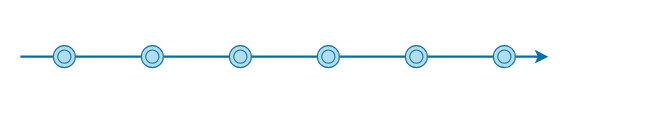
DingDongZz/typera_PicGO keeps this draw.io diagram as DrawIO_file/毕业论文画图/系统架构演化图.drawio. Above is the earlier version. Source tidied: cells renumbered, new cells numbered last; positions are measured from the earlier drawing's top-left corner, leaving out a move shared by most shapes. Both pictures are drawn from the tidied source at 110%, with x=0, y=0 at pixel (20, 45).
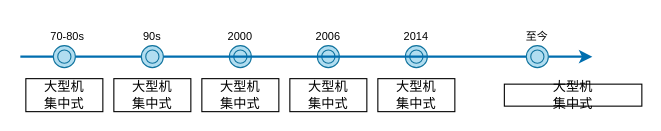
After the change.

Commit message (it also covers changes not shown here):
更新系统架构演化图.drawio

Unchanged cells that the change refers to:
```xml
<mxCell id="6" style="ellipse;shape=doubleEllipse;whiteSpace=wrap;html=1;fillColor=#b1ddf0;strokeColor=#10739e;" parent="1" vertex="1">
  <mxGeometry x="110" width="20" height="20" as="geometry" />
</mxCell>
```

The edit, as a diff of the source:
```diff
@@
-    <mxCell id="2" style="endArrow=classic;html=1;rounded=0;strokeWidth=2;fillColor=#1ba1e2;strokeColor=#006EAF;" parent="1" edge="1" source="6">
+    <mxCell id="2" style="endArrow=classic;html=1;rounded=0;strokeWidth=2;fillColor=#1ba1e2;strokeColor=#006EAF;" parent="1" edge="1" source="10">
       <mxGeometry relative="1" as="geometry">
-        <mxPoint x="480" y="10" as="targetPoint" />
+        <mxPoint x="520" y="10" as="targetPoint" />
       </mxGeometry>
     </mxCell>
@@
+    <mxCell id="11" value="70-80s" style="text;html=1;align=center;verticalAlign=middle;whiteSpace=wrap;rounded=0;fontSize=10;" parent="1" vertex="1">
+      <mxGeometry x="18" y="-24" width="50" height="30" as="geometry" />
+    </mxCell>
+    <mxCell id="12" value="90s" style="text;html=1;align=center;verticalAlign=middle;whiteSpace=wrap;rounded=0;fontSize=10;" parent="1" vertex="1">
+      <mxGeometry x="95" y="-24" width="50" height="30" as="geometry" />
+    </mxCell>
+    <mxCell id="13" value="2000" style="text;html=1;align=center;verticalAlign=middle;whiteSpace=wrap;rounded=0;fontSize=10;" parent="1" vertex="1">
+      <mxGeometry x="175" y="-24" width="50" height="30" as="geometry" />
+    </mxCell>
+    <mxCell id="14" value="2006" style="text;html=1;align=center;verticalAlign=middle;whiteSpace=wrap;rounded=0;fontSize=10;" parent="1" vertex="1">
+      <mxGeometry x="255" y="-24" width="50" height="30" as="geometry" />
+    </mxCell>
+    <mxCell id="15" value="2014" style="text;html=1;align=center;verticalAlign=middle;whiteSpace=wrap;rounded=0;fontSize=10;" parent="1" vertex="1">
+      <mxGeometry x="335" y="-24" width="50" height="30" as="geometry" />
+    </mxCell>
+    <mxCell id="16" value="至今" style="text;html=1;align=center;verticalAlign=middle;whiteSpace=wrap;rounded=0;fontSize=10;" parent="1" vertex="1">
+      <mxGeometry x="445" y="-24" width="50" height="30" as="geometry" />
+    </mxCell>
+    <mxCell id="17" value="大型机&lt;div&gt;集中式&lt;/div&gt;" style="rounded=0;whiteSpace=wrap;html=1;" parent="1" vertex="1">
+      <mxGeometry x="5" y="30" width="70" height="30" as="geometry" />
+    </mxCell>
+    <mxCell id="18" value="大型机&lt;div&gt;集中式&lt;/div&gt;" style="rounded=0;whiteSpace=wrap;html=1;" parent="1" vertex="1">
+      <mxGeometry x="85" y="30" width="70" height="30" as="geometry" />
+    </mxCell>
+    <mxCell id="19" value="大型机&lt;div&gt;集中式&lt;/div&gt;" style="rounded=0;whiteSpace=wrap;html=1;" parent="1" vertex="1">
+      <mxGeometry x="165" y="30" width="70" height="30" as="geometry" />
+    </mxCell>
+    <mxCell id="20" value="大型机&lt;div&gt;集中式&lt;/div&gt;" style="rounded=0;whiteSpace=wrap;html=1;" parent="1" vertex="1">
+      <mxGeometry x="245" y="30" width="70" height="30" as="geometry" />
+    </mxCell>
+    <mxCell id="21" value="大型机&lt;div&gt;集中式&lt;/div&gt;" style="rounded=0;whiteSpace=wrap;html=1;" parent="1" vertex="1">
+      <mxGeometry x="325" y="30" width="70" height="30" as="geometry" />
+    </mxCell>
+    <mxCell id="22" style="endArrow=none;html=1;rounded=0;strokeWidth=2;fillColor=#1ba1e2;strokeColor=#006EAF;startFill=0;" parent="1" edge="1" source="6" target="10">
+      <mxGeometry relative="1" as="geometry" />
+    </mxCell>
     <mxCell id="10" style="ellipse;shape=doubleEllipse;whiteSpace=wrap;html=1;fillColor=#b1ddf0;strokeColor=#10739e;" parent="1" vertex="1">
-      <mxGeometry x="430" width="20" height="20" as="geometry" />
+      <mxGeometry x="460" width="20" height="20" as="geometry" />
     </mxCell>
+    <mxCell id="23" value="大型机&lt;div&gt;集中式&lt;/div&gt;" style="rounded=0;whiteSpace=wrap;html=1;" parent="1" vertex="1">
+      <mxGeometry x="440" y="35" width="125" height="20" as="geometry" />
+    </mxCell>
```
